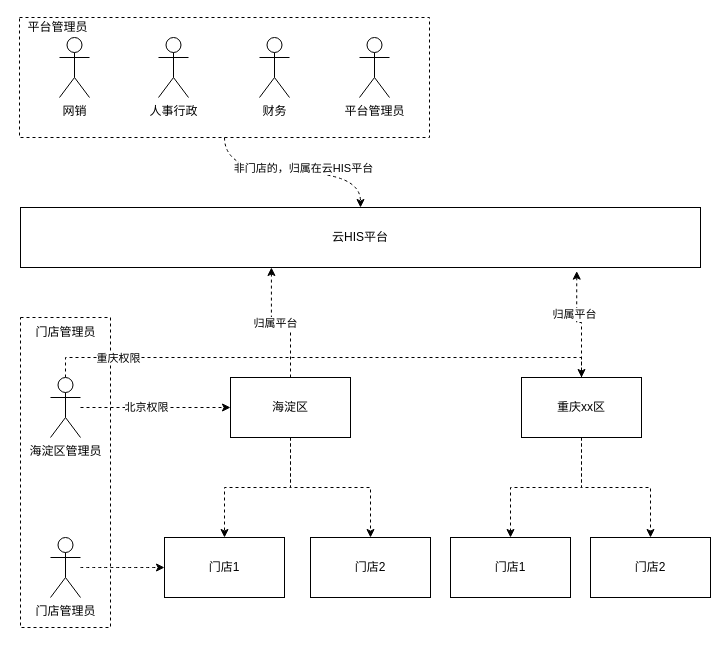
Earlier version of the draw.io diagram 牙管家/牙管家-sass方案.drawio (cherishsince/diagrams.net). Source tidied: cells renumbered, new cells numbered last; positions are measured from the earlier drawing's top-left corner, leaving out a move shared by most shapes. Both pictures are drawn from the tidied source at 100%, with x=0, y=0 at pixel (17, 17).
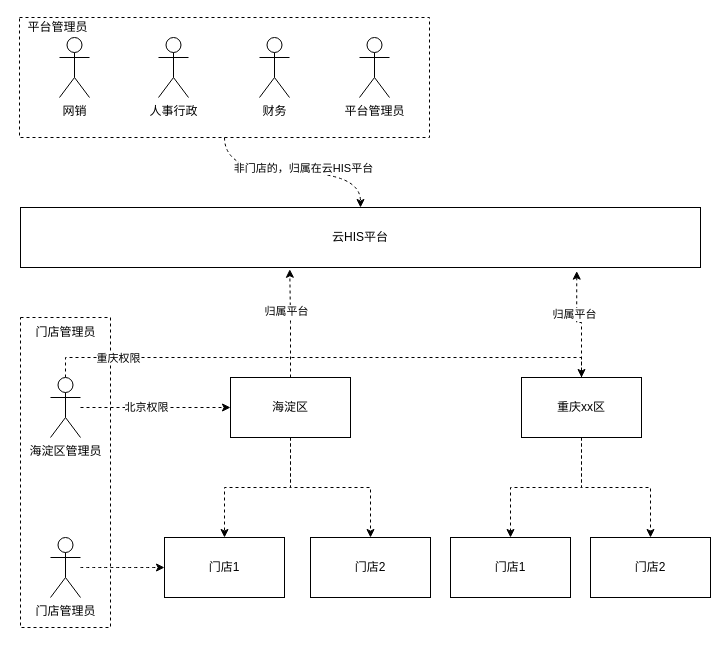
The same page after the edit.

Commit message:
更新牙管家-sass方案.drawio

The change refers to these unchanged cells:
```xml
<mxCell id="7" value="海淀区" style="rounded=0;whiteSpace=wrap;html=1;" parent="1" vertex="1">
  <mxGeometry x="213" y="360" width="120" height="60" as="geometry" />
</mxCell>
<mxCell id="20" value="云HIS平台" style="rounded=0;whiteSpace=wrap;html=1;" parent="1" vertex="1">
  <mxGeometry x="3" y="190" width="680" height="60" as="geometry" />
</mxCell>
```

What changed in the source:
```diff
@@
-    <mxCell id="5" style="edgeStyle=orthogonalEdgeStyle;rounded=0;jettySize=auto;html=1;entryX=0.369;entryY=1;entryDx=0;entryDy=0;entryPerimeter=0;dashed=1;" parent="1" edge="1" source="7" target="20">
+    <mxCell id="5" style="edgeStyle=orthogonalEdgeStyle;rounded=0;jettySize=auto;html=1;entryX=0.396;entryY=1.03;entryDx=0;entryDy=0;entryPerimeter=0;dashed=1;" parent="1" edge="1" source="7" target="20">
       <mxGeometry relative="1" as="geometry" />
     </mxCell>
     <mxCell id="6" value="归属平台" style="edgeLabel;html=1;align=center;verticalAlign=middle;" parent="5" vertex="1">
-      <mxGeometry x="0.1" y="2" relative="1" as="geometry">
-        <mxPoint y="-2" as="offset" />
+      <mxGeometry x="0.24" y="4" relative="1" as="geometry">
+        <mxPoint y="1" as="offset" />
       </mxGeometry>
     </mxCell>
```
